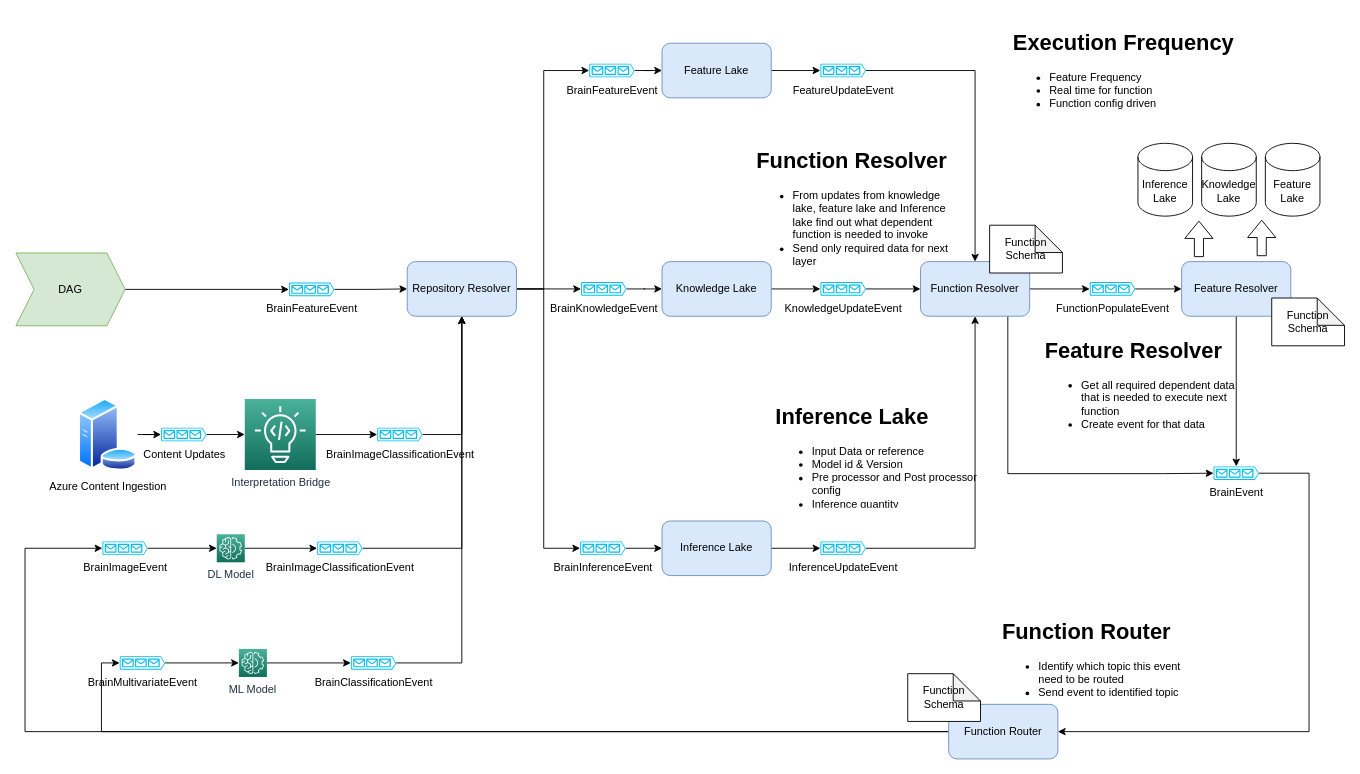
Above: page "Inference Lake" (8 of 10) of docs/diagram/ml.drawio in brain-os/brain-proto (draw.io), before the change. Source tidied: cells renumbered, new cells numbered last; positions are measured from the earlier drawing's top-left corner, leaving out a move shared by most shapes. Both pictures are drawn from the tidied source at 91%, with x=0, y=0 at pixel (15, 25).
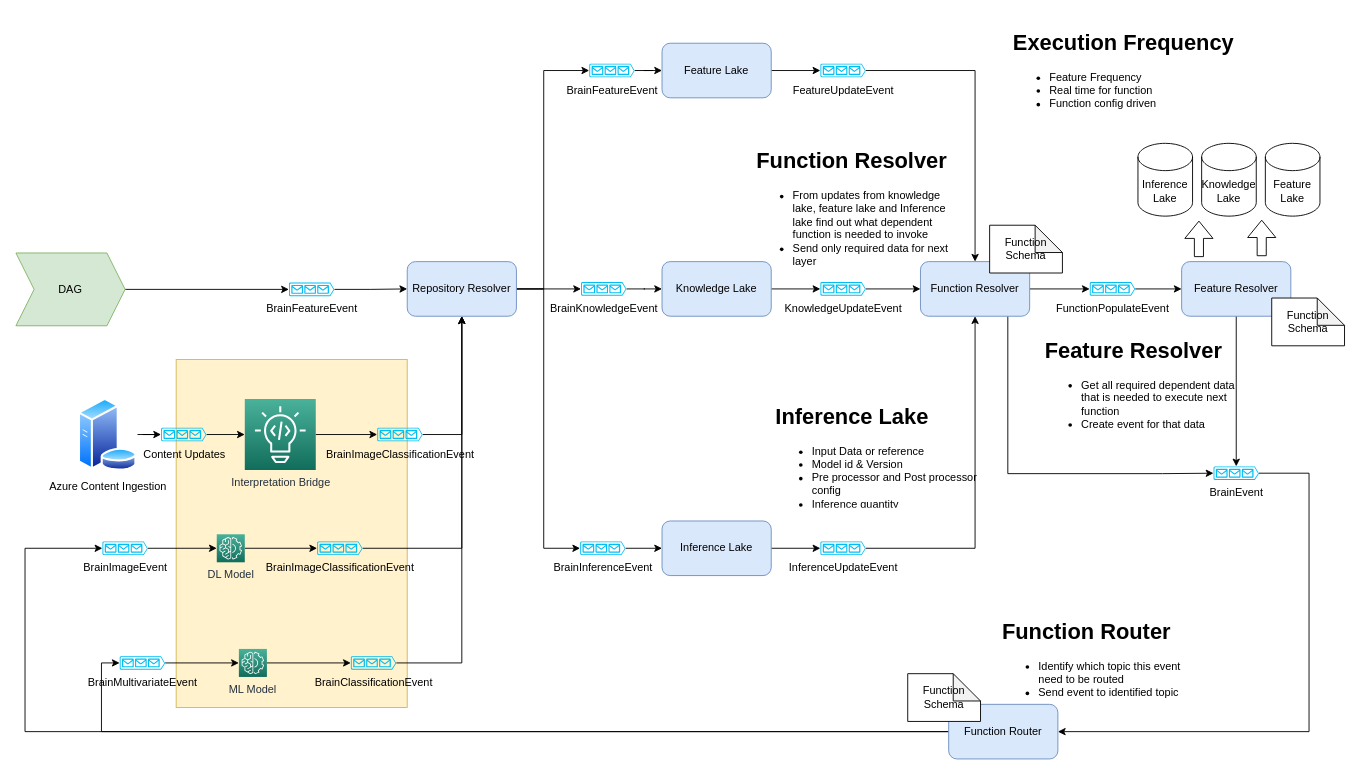
After the change.

Change to the diagram source:
```diff
@@
+    <mxCell id="73" style="rounded=0;whiteSpace=wrap;html=1;fillColor=#fff2cc;strokeColor=#d6b656;" parent="1" vertex="1">
+      <mxGeometry x="176.1" y="367.5" width="253.9" height="382.5" as="geometry" />
+    </mxCell>
```
